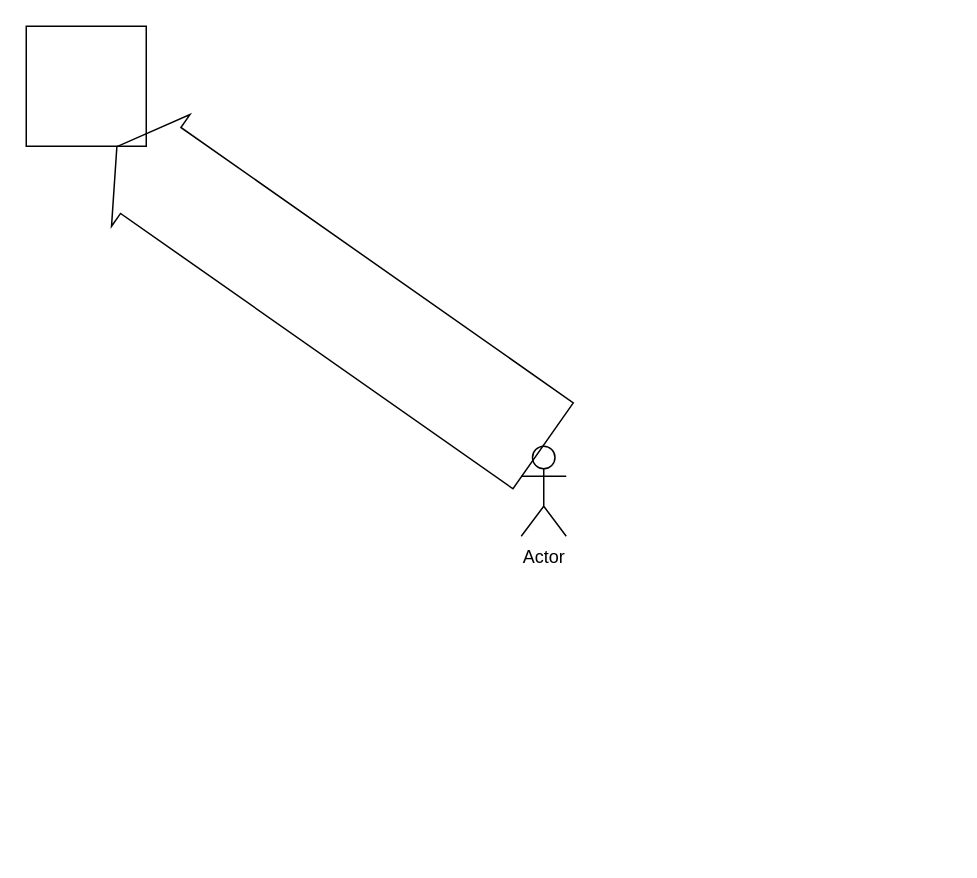
The draw.io diagram Untitled Diagram.drawio in jakobkrabbe/co, before the edit. Source tidied: cells renumbered, new cells numbered last; positions are measured from the earlier drawing's top-left corner, leaving out a move shared by most shapes. Both pictures are drawn from the tidied source at 150%, with x=0, y=0 at pixel (26, 26).
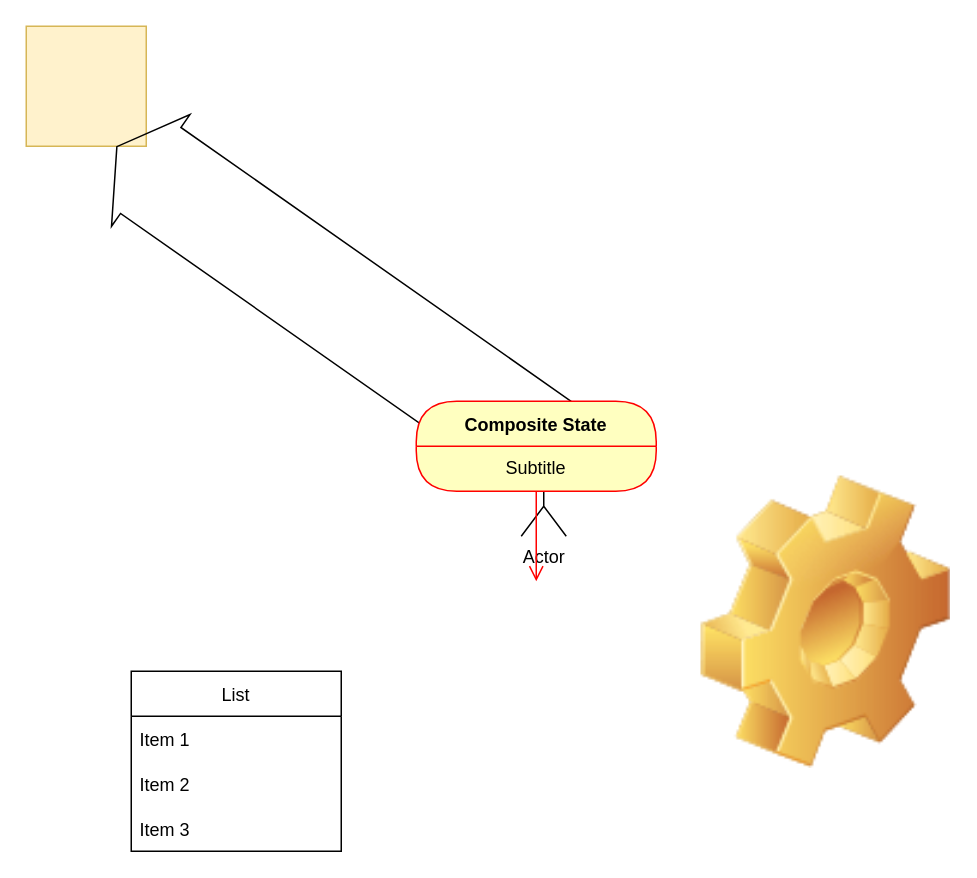
The same page after the edit.

The edit, as a diff of the source:
```diff
@@
 <mxGraphModel>
   <root>
     <mxCell id="0" />
     <mxCell id="1" parent="0" />
     <mxCell id="2" value="Actor" style="shape=umlActor;verticalLabelPosition=bottom;verticalAlign=top;html=1;outlineConnect=0;" parent="1" vertex="1">
       <mxGeometry x="330" y="280" width="30" height="60" as="geometry" />
     </mxCell>
-    <mxCell id="3" style="whiteSpace=wrap;html=1;" parent="1" vertex="1">
+    <mxCell id="3" style="whiteSpace=wrap;html=1;fillColor=#fff2cc;strokeColor=#d6b656;" parent="1" vertex="1">
       <mxGeometry width="80" height="80" as="geometry" />
     </mxCell>
     <mxCell id="4" style="shape=flexArrow;endArrow=classic;html=1;rounded=0;width=70;endSize=8.86;entryX=0.75;entryY=1;entryDx=0;entryDy=0;exitX=0.5;exitY=0;exitDx=0;exitDy=0;exitPerimeter=0;" parent="1" edge="1" source="2" target="3">
       <mxGeometry relative="1" as="geometry" />
     </mxCell>
+    <mxCell id="5" value="List" style="swimlane;fontStyle=0;horizontal=1;startSize=30;" parent="1" vertex="1">
+      <mxGeometry x="70" y="430" width="140" height="120" as="geometry" />
+    </mxCell>
+    <mxCell id="6" value="Item 1" style="text;strokeColor=none;fillColor=none;align=left;verticalAlign=middle;spacingLeft=4;spacingRight=4;overflow=hidden;" parent="5" vertex="1">
+      <mxGeometry y="30" width="140" height="30" as="geometry" />
+    </mxCell>
+    <mxCell id="7" value="Item 2" style="text;strokeColor=none;fillColor=none;align=left;verticalAlign=middle;spacingLeft=4;spacingRight=4;overflow=hidden;" parent="5" vertex="1">
+      <mxGeometry y="60" width="140" height="30" as="geometry" />
+    </mxCell>
+    <mxCell id="8" value="Item 3" style="text;strokeColor=none;fillColor=none;align=left;verticalAlign=middle;spacingLeft=4;spacingRight=4;overflow=hidden;" parent="5" vertex="1">
+      <mxGeometry y="90" width="140" height="30" as="geometry" />
+    </mxCell>
+    <mxCell id="9" style="shape=image;html=1;verticalLabelPosition=bottom;verticalAlign=top;imageAspect=1;image=img/clipart/Gear_128x128.png;" parent="1" vertex="1">
+      <mxGeometry x="450" y="300" width="166.2" height="195" as="geometry" />
+    </mxCell>
+    <mxCell id="10" value="Composite State" style="swimlane;fontStyle=1;align=center;verticalAlign=middle;horizontal=1;startSize=30;fontColor=#000000;rounded=1;arcSize=30;strokeColor=#ff0000;fillColor=#ffffc0;swimlaneFillColor=#ffffc0;" parent="1" vertex="1">
+      <mxGeometry x="260" y="250" width="160" height="60" as="geometry" />
+    </mxCell>
+    <mxCell id="11" value="Subtitle" style="text;html=1;strokeColor=none;fillColor=none;align=center;verticalAlign=middle;spacingLeft=4;spacingRight=4;whiteSpace=wrap;overflow=hidden;fontColor=#000000;" parent="10" vertex="1">
+      <mxGeometry y="30" width="160" height="30" as="geometry" />
+    </mxCell>
+    <mxCell id="12" style="edgeStyle=orthogonalEdgeStyle;html=1;verticalAlign=bottom;endArrow=open;endSize=8;strokeColor=#ff0000;rounded=0;" parent="1" edge="1" source="10">
+      <mxGeometry relative="1" as="geometry">
+        <mxPoint x="340" y="370" as="targetPoint" />
+      </mxGeometry>
+    </mxCell>
   </root>
 </mxGraphModel>
```
